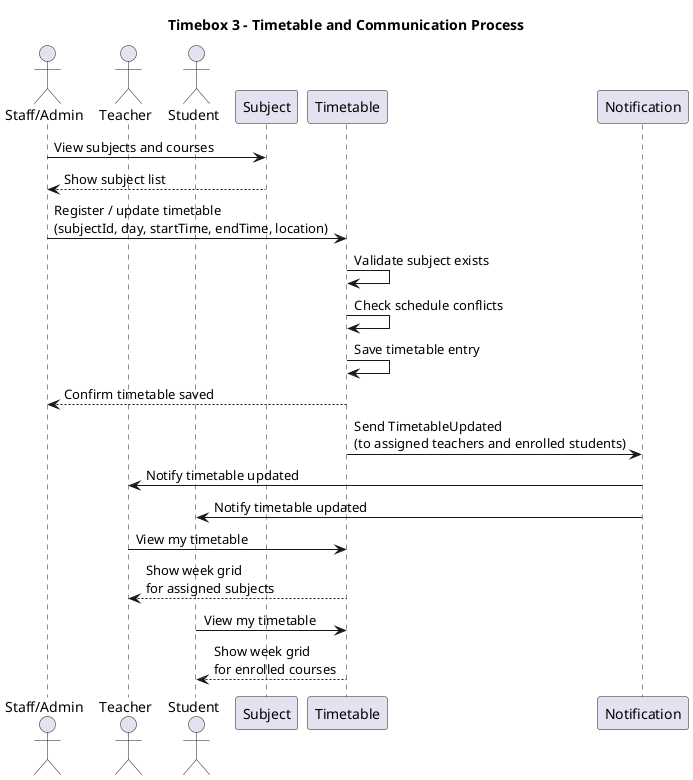
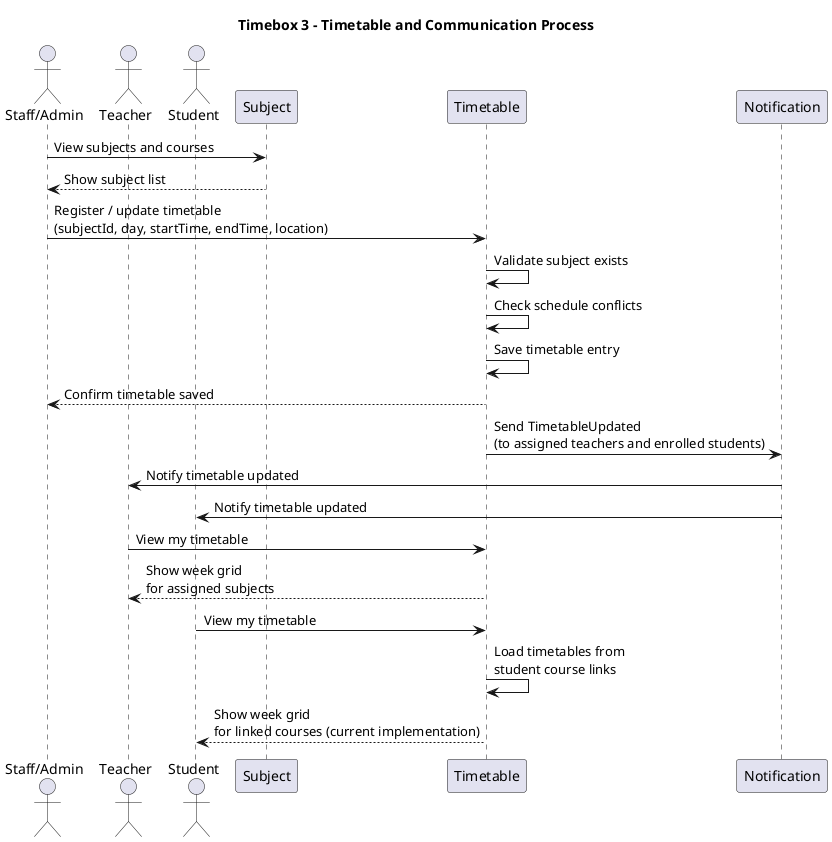
@startuml
title Timebox 3 - Timetable and Communication Process

actor Staff as "Staff/Admin"
actor Teacher
actor Student

participant "Subject" as Subject
participant "Timetable" as Timetable
participant "Notification" as Notification

' --- Staff creates or updates timetable ---

Staff -> Subject: View subjects and courses
Subject --> Staff: Show subject list

Staff -> Timetable: Register / update timetable\n(subjectId, day, startTime, endTime, location)
Timetable -> Timetable: Validate subject exists
Timetable -> Timetable: Check schedule conflicts
Timetable -> Timetable: Save timetable entry
Timetable --> Staff: Confirm timetable saved

' --- System communicates changes ---

Timetable -> Notification: Send TimetableUpdated\n(to assigned teachers and enrolled students)
Notification -> Teacher: Notify timetable updated
Notification -> Student: Notify timetable updated

' --- Users view timetable ---

Teacher -> Timetable: View my timetable
Timetable --> Teacher: Show week grid\nfor assigned subjects

Student -> Timetable: View my timetable
- Timetable --> Student: Show week grid\nfor enrolled courses
+ Timetable -> Timetable: Load timetables from\nstudent course links
+ Timetable --> Student: Show week grid\nfor linked courses (current implementation)

- @enduml+ @enduml
